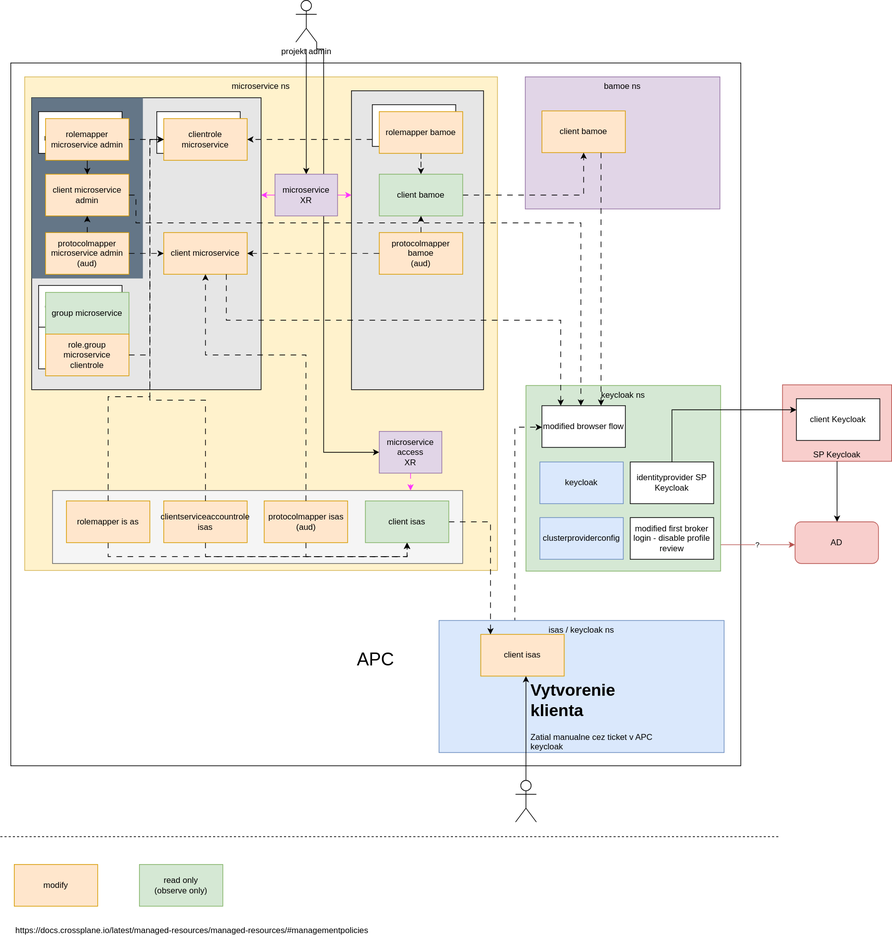
gr8it/charts-openshift keeps this draw.io diagram as charts/apps-centralne-komponenty/img/architecture.svg. Above is the earlier version. Source tidied: cells renumbered, new cells last; positions are measured from the earlier drawing's top-left corner, leaving out a move shared by most shapes.
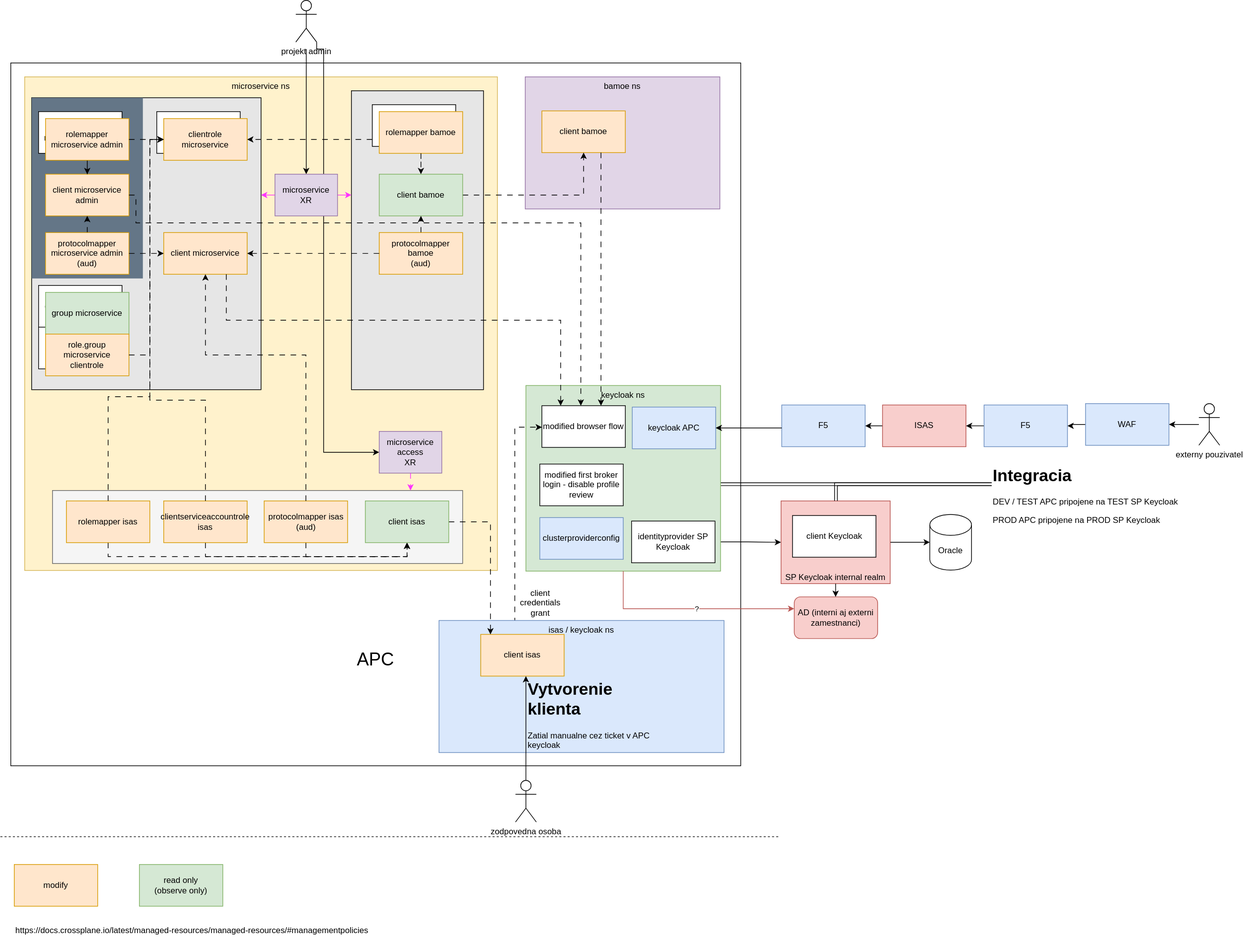
Later version of the same file.

What changed in the source:
```diff
@@ -2,9 +2,6 @@
   <root>
     <mxCell id="0" />
     <mxCell id="1" parent="0" />
-    <mxCell id="2" value="SP Keycloak" style="rounded=0;whiteSpace=wrap;html=1;verticalAlign=bottom;fillColor=#f8cecc;strokeColor=#b85450;" parent="1" vertex="1">
-      <mxGeometry x="1125" y="553" width="157" height="110" as="geometry" />
-    </mxCell>
     <mxCell id="3" value="&lt;div&gt;&lt;br&gt;&lt;/div&gt;&lt;div&gt;&lt;br&gt;&lt;/div&gt;&lt;div&gt;&lt;br&gt;&lt;/div&gt;&lt;div&gt;&lt;br&gt;&lt;/div&gt;&lt;div&gt;&lt;br&gt;&lt;/div&gt;&lt;div&gt;&lt;br&gt;&lt;/div&gt;&lt;div&gt;&lt;br&gt;&lt;/div&gt;&lt;div&gt;&lt;br&gt;&lt;/div&gt;&lt;div&gt;&lt;br&gt;&lt;/div&gt;&lt;div&gt;&lt;br&gt;&lt;/div&gt;&lt;div&gt;&lt;br&gt;&lt;/div&gt;&lt;div&gt;&lt;br&gt;&lt;/div&gt;&lt;div&gt;&lt;br&gt;&lt;/div&gt;&lt;div&gt;&lt;br&gt;&lt;/div&gt;&lt;div&gt;&lt;br&gt;&lt;/div&gt;&lt;div&gt;&lt;br&gt;&lt;/div&gt;&lt;div&gt;&lt;br&gt;&lt;/div&gt;&lt;div&gt;&lt;br&gt;&lt;/div&gt;&lt;div&gt;&lt;br&gt;&lt;/div&gt;&lt;div&gt;&lt;br&gt;&lt;/div&gt;&lt;div&gt;&lt;br&gt;&lt;/div&gt;&lt;div&gt;&lt;br&gt;&lt;/div&gt;&lt;div&gt;&lt;br&gt;&lt;/div&gt;&lt;div&gt;&lt;br&gt;&lt;/div&gt;&lt;div&gt;&lt;br&gt;&lt;/div&gt;&lt;div&gt;&lt;br&gt;&lt;/div&gt;&lt;div&gt;&lt;br&gt;&lt;/div&gt;&lt;div&gt;&lt;br&gt;&lt;/div&gt;&lt;div&gt;&lt;br&gt;&lt;/div&gt;&lt;div&gt;&lt;br&gt;&lt;/div&gt;&lt;div&gt;&lt;br&gt;&lt;/div&gt;&lt;div&gt;&lt;br&gt;&lt;/div&gt;&lt;div&gt;&lt;br&gt;&lt;/div&gt;&lt;div&gt;&lt;br&gt;&lt;/div&gt;&lt;div&gt;&lt;br&gt;&lt;/div&gt;&lt;div&gt;&lt;br&gt;&lt;/div&gt;&lt;div&gt;&lt;br&gt;&lt;/div&gt;&lt;div&gt;&lt;br&gt;&lt;/div&gt;&lt;div&gt;&lt;br&gt;&lt;/div&gt;&lt;div&gt;&lt;br&gt;&lt;/div&gt;&lt;div&gt;&lt;br&gt;&lt;/div&gt;&lt;div&gt;&lt;br&gt;&lt;/div&gt;&lt;div&gt;&lt;br&gt;&lt;/div&gt;&lt;div&gt;&lt;br&gt;&lt;/div&gt;&lt;div&gt;&lt;br&gt;&lt;/div&gt;&lt;div&gt;&lt;br&gt;&lt;/div&gt;&lt;div&gt;&lt;br&gt;&lt;/div&gt;&lt;div&gt;&lt;br&gt;&lt;/div&gt;&lt;div&gt;&lt;br&gt;&lt;/div&gt;&lt;font style=&quot;font-size: 26px;&quot;&gt;APC&lt;/font&gt;" style="rounded=0;whiteSpace=wrap;html=1;" parent="1" vertex="1">
       <mxGeometry x="15" y="90" width="1050" height="1011" as="geometry" />
     </mxCell>
@@ -26,12 +23,45 @@
     <mxCell id="8" value="https://docs.crossplane.io/latest/managed-resources/managed-resources/#managementpolicies" style="text;whiteSpace=wrap;" parent="1" vertex="1">
       <mxGeometry x="20" y="1324" width="560" height="40" as="geometry" />
     </mxCell>
+    <mxCell id="10" value="projekt admin" style="shape=umlActor;verticalLabelPosition=bottom;verticalAlign=top;html=1;outlineConnect=0;" parent="1" vertex="1">
+      <mxGeometry x="425" width="30" height="60" as="geometry" />
+    </mxCell>
+    <mxCell id="90" value="Oracle" style="shape=cylinder3;whiteSpace=wrap;html=1;boundedLbl=1;backgroundOutline=1;size=15;" parent="1" vertex="1">
+      <mxGeometry x="1337" y="739.5" width="60" height="80" as="geometry" />
+    </mxCell>
+    <mxCell id="91" value="client credentials grant" style="text;html=1;whiteSpace=wrap;strokeColor=none;fillColor=none;align=center;verticalAlign=middle;rounded=0;" parent="1" vertex="1">
+      <mxGeometry x="747" y="852" width="60" height="30" as="geometry" />
+    </mxCell>
+    <mxCell id="92" style="edgeStyle=orthogonalEdgeStyle;rounded=0;jettySize=auto;html=1;" parent="1" edge="1" source="93" target="90">
+      <mxGeometry relative="1" as="geometry" />
+    </mxCell>
+    <mxCell id="93" value="SP Keycloak internal realm" style="rounded=0;whiteSpace=wrap;html=1;verticalAlign=bottom;fillColor=#f8cecc;strokeColor=#b85450;" parent="1" vertex="1">
+      <mxGeometry x="1123" y="720" width="157" height="119" as="geometry" />
+    </mxCell>
     <mxCell id="9" value="client Keycloak" style="rounded=0;whiteSpace=wrap;html=1;" parent="1" vertex="1">
-      <mxGeometry x="1145" y="573" width="120" height="60" as="geometry" />
+      <mxGeometry x="1139.5" y="741" width="120" height="60" as="geometry" />
     </mxCell>
-    <mxCell id="10" value="projekt admin" style="shape=umlActor;verticalLabelPosition=bottom;verticalAlign=top;html=1;outlineConnect=0;" parent="1" vertex="1">
-      <mxGeometry x="425" width="30" height="60" as="geometry" />
-    </mxCell>
+    <mxCell id="94" style="edgeStyle=orthogonalEdgeStyle;rounded=0;jettySize=auto;html=1;" parent="1" edge="1" source="42" target="93">
+      <mxGeometry relative="1" as="geometry" />
+    </mxCell>
+    <mxCell id="95" style="edgeStyle=orthogonalEdgeStyle;rounded=0;jettySize=auto;html=1;shape=link;" parent="1" edge="1" source="97" target="93">
+      <mxGeometry relative="1" as="geometry">
+        <Array as="points">
+          <mxPoint x="1202" y="696" />
+        </Array>
+      </mxGeometry>
+    </mxCell>
+    <mxCell id="96" style="edgeStyle=orthogonalEdgeStyle;rounded=0;jettySize=auto;html=1;shape=link;fillColor=default;endArrow=none;endFill=0;" parent="1" edge="1" source="97" target="35">
+      <mxGeometry relative="1" as="geometry">
+        <Array as="points">
+          <mxPoint x="1124" y="696" />
+          <mxPoint x="1124" y="696" />
+        </Array>
+      </mxGeometry>
+    </mxCell>
+    <mxCell id="97" value="&lt;h1 style=&quot;margin-top: 0px;&quot;&gt;Integracia&lt;/h1&gt;&lt;p&gt;DEV / TEST APC pripojene na TEST SP Keycloak&lt;/p&gt;&lt;p&gt;PROD APC pripojene na PROD SP Keycloak&lt;/p&gt;" style="text;html=1;whiteSpace=wrap;overflow=hidden;rounded=0;" parent="1" vertex="1">
+      <mxGeometry x="1426" y="663" width="286" height="120" as="geometry" />
+    </mxCell>
     <mxCell id="11" value="microservice" parent="0" />
     <mxCell id="12" style="rounded=0;whiteSpace=wrap;html=1;fillColor=#E6E6E6;" parent="11" vertex="1">
       <mxGeometry x="45" y="140" width="330" height="420" as="geometry" />
@@ -106,46 +136,37 @@
       </mxGeometry>
     </mxCell>
     <mxCell id="33" value="keycloak" parent="0" />
+    <mxCell id="35" value="keycloak ns" style="rounded=0;whiteSpace=wrap;html=1;verticalAlign=top;fillColor=#d5e8d4;strokeColor=#82b366;" parent="33" vertex="1">
+      <mxGeometry x="756" y="554" width="280" height="267" as="geometry" />
+    </mxCell>
     <mxCell id="34" value="?" style="edgeStyle=orthogonalEdgeStyle;rounded=0;jettySize=auto;html=1;fillColor=#f8cecc;strokeColor=#b85450;" parent="33" edge="1" source="35" target="39">
-      <mxGeometry relative="1" as="geometry">
+      <mxGeometry x="0.07" relative="1" as="geometry">
         <Array as="points">
-          <mxPoint x="1139" y="783" />
-          <mxPoint x="1139" y="783" />
+          <mxPoint x="896" y="875" />
         </Array>
       </mxGeometry>
     </mxCell>
-    <mxCell id="35" value="keycloak ns" style="rounded=0;whiteSpace=wrap;html=1;verticalAlign=top;fillColor=#d5e8d4;strokeColor=#82b366;" parent="33" vertex="1">
-      <mxGeometry x="756" y="554" width="280" height="267" as="geometry" />
-    </mxCell>
-    <mxCell id="36" style="edgeStyle=orthogonalEdgeStyle;rounded=0;jettySize=auto;html=1;" parent="33" edge="1" source="42" target="9">
-      <mxGeometry relative="1" as="geometry">
-        <Array as="points">
-          <mxPoint x="966" y="589" />
-        </Array>
-      </mxGeometry>
-    </mxCell>
-    <mxCell id="37" value="keycloak" style="rounded=0;whiteSpace=wrap;html=1;fillColor=#dae8fc;strokeColor=#6c8ebf;" parent="33" vertex="1">
-      <mxGeometry x="776" y="664" width="120" height="60" as="geometry" />
+    <mxCell id="37" value="keycloak APC" style="rounded=0;whiteSpace=wrap;html=1;fillColor=#dae8fc;strokeColor=#6c8ebf;" parent="33" vertex="1">
+      <mxGeometry x="909" y="585" width="120" height="60" as="geometry" />
     </mxCell>
     <mxCell id="38" value="clusterproviderconfig" style="rounded=0;whiteSpace=wrap;html=1;fillColor=#dae8fc;strokeColor=#6c8ebf;" parent="33" vertex="1">
       <mxGeometry x="776" y="744" width="120" height="60" as="geometry" />
     </mxCell>
-    <mxCell id="39" value="AD" style="rounded=1;whiteSpace=wrap;html=1;fillColor=#f8cecc;strokeColor=#b85450;" parent="33" vertex="1">
-      <mxGeometry x="1143" y="750" width="120" height="60" as="geometry" />
+    <mxCell id="39" value="AD (interni aj externi zamestnanci)" style="rounded=1;whiteSpace=wrap;html=1;fillColor=#f8cecc;strokeColor=#b85450;" parent="33" vertex="1">
+      <mxGeometry x="1142" y="858" width="120" height="60" as="geometry" />
     </mxCell>
-    <mxCell id="40" style="edgeStyle=orthogonalEdgeStyle;rounded=0;jettySize=auto;html=1;" parent="33" edge="1" source="2" target="39">
+    <mxCell id="40" style="edgeStyle=orthogonalEdgeStyle;rounded=0;jettySize=auto;html=1;" parent="33" edge="1" source="93" target="39">
       <mxGeometry relative="1" as="geometry">
         <Array as="points">
-          <mxPoint x="1229" y="648" />
-          <mxPoint x="1229" y="648" />
+          <mxPoint x="1227" y="766" />
         </Array>
       </mxGeometry>
     </mxCell>
     <mxCell id="41" value="modified first broker login - disable profile review" style="rounded=0;whiteSpace=wrap;html=1;" parent="33" vertex="1">
-      <mxGeometry x="906" y="744" width="120" height="60" as="geometry" />
+      <mxGeometry x="776" y="667" width="120" height="60" as="geometry" />
     </mxCell>
     <mxCell id="42" value="identityprovider SP Keycloak" style="rounded=0;whiteSpace=wrap;html=1;" parent="33" vertex="1">
-      <mxGeometry x="906" y="664" width="120" height="60" as="geometry" />
+      <mxGeometry x="908" y="749" width="120" height="60" as="geometry" />
     </mxCell>
     <mxCell id="43" value="modified browser flow" style="rounded=0;whiteSpace=wrap;html=1;" parent="33" vertex="1">
       <mxGeometry x="779" y="583" width="120" height="60" as="geometry" />
@@ -226,11 +247,11 @@
         </Array>
       </mxGeometry>
     </mxCell>
-    <mxCell id="64" style="shape=umlActor;verticalLabelPosition=bottom;verticalAlign=top;html=1;outlineConnect=0;" parent="60" vertex="1">
+    <mxCell id="64" value="zodpovedna osoba" style="shape=umlActor;verticalLabelPosition=bottom;verticalAlign=top;html=1;outlineConnect=0;" parent="60" vertex="1">
       <mxGeometry x="741" y="1122" width="30" height="60" as="geometry" />
     </mxCell>
     <mxCell id="65" value="&lt;h1 style=&quot;margin-top: 0px;&quot;&gt;Vytvorenie klienta&lt;/h1&gt;&lt;p&gt;Zatial manualne cez ticket v APC keycloak&lt;/p&gt;" style="text;html=1;whiteSpace=wrap;overflow=hidden;rounded=0;" parent="60" vertex="1">
-      <mxGeometry x="761" y="972" width="180" height="110" as="geometry" />
+      <mxGeometry x="757" y="970" width="180" height="110" as="geometry" />
     </mxCell>
     <mxCell id="66" style="rounded=0;whiteSpace=wrap;html=1;fillColor=#f5f5f5;fontColor=#333333;strokeColor=#666666;" parent="60" vertex="1">
       <mxGeometry x="75" y="705" width="590" height="105" as="geometry" />
@@ -265,7 +286,7 @@
         </Array>
       </mxGeometry>
     </mxCell>
-    <mxCell id="72" value="rolemapper is as" style="rounded=0;whiteSpace=wrap;html=1;fillColor=#ffe6cc;strokeColor=#d79b00;" parent="60" vertex="1">
+    <mxCell id="72" value="rolemapper isas" style="rounded=0;whiteSpace=wrap;html=1;fillColor=#ffe6cc;strokeColor=#d79b00;" parent="60" vertex="1">
       <mxGeometry x="95" y="720" width="120" height="60" as="geometry" />
     </mxCell>
     <mxCell id="73" style="edgeStyle=orthogonalEdgeStyle;rounded=0;jettySize=auto;html=1;dashed=1;dashPattern=8 8;" parent="60" edge="1" source="74" target="62">
@@ -332,6 +353,46 @@
         </Array>
       </mxGeometry>
     </mxCell>
+    <mxCell id="98" style="edgeStyle=orthogonalEdgeStyle;rounded=0;jettySize=auto;html=1;" parent="60" edge="1" source="99" target="100">
+      <mxGeometry relative="1" as="geometry" />
+    </mxCell>
+    <mxCell id="99" value="ISAS" style="rounded=0;whiteSpace=wrap;html=1;fillColor=#f8cecc;strokeColor=#b85450;" parent="60" vertex="1">
+      <mxGeometry x="1269" y="582" width="120" height="60" as="geometry" />
+    </mxCell>
+    <mxCell id="100" value="F5" style="rounded=0;whiteSpace=wrap;html=1;fillColor=#dae8fc;strokeColor=#6c8ebf;" parent="60" vertex="1">
+      <mxGeometry x="1124" y="582" width="120" height="60" as="geometry" />
+    </mxCell>
+    <mxCell id="101" style="edgeStyle=orthogonalEdgeStyle;rounded=0;jettySize=auto;html=1;" parent="60" edge="1" source="102" target="99">
+      <mxGeometry relative="1" as="geometry">
+        <Array as="points">
+          <mxPoint x="1407" y="612" />
+          <mxPoint x="1407" y="612" />
+        </Array>
+      </mxGeometry>
+    </mxCell>
+    <mxCell id="102" value="F5" style="rounded=0;whiteSpace=wrap;html=1;fillColor=#dae8fc;strokeColor=#6c8ebf;" parent="60" vertex="1">
+      <mxGeometry x="1415" y="582" width="120" height="60" as="geometry" />
+    </mxCell>
+    <mxCell id="103" style="edgeStyle=orthogonalEdgeStyle;rounded=0;jettySize=auto;html=1;" parent="60" edge="1" source="104" target="102">
+      <mxGeometry relative="1" as="geometry" />
+    </mxCell>
+    <mxCell id="104" value="WAF" style="rounded=0;whiteSpace=wrap;html=1;fillColor=#dae8fc;strokeColor=#6c8ebf;" parent="60" vertex="1">
+      <mxGeometry x="1561" y="580" width="120" height="60" as="geometry" />
+    </mxCell>
+    <mxCell id="105" style="edgeStyle=orthogonalEdgeStyle;rounded=0;jettySize=auto;html=1;" parent="60" edge="1" source="106" target="104">
+      <mxGeometry relative="1" as="geometry" />
+    </mxCell>
+    <mxCell id="106" value="externy pouzivatel" style="shape=umlActor;verticalLabelPosition=bottom;verticalAlign=top;html=1;outlineConnect=0;" parent="60" vertex="1">
+      <mxGeometry x="1724" y="580" width="30" height="60" as="geometry" />
+    </mxCell>
+    <mxCell id="107" style="edgeStyle=orthogonalEdgeStyle;rounded=0;jettySize=auto;html=1;" parent="60" edge="1" source="100">
+      <mxGeometry relative="1" as="geometry">
+        <mxPoint x="1029" y="615" as="targetPoint" />
+        <Array as="points">
+          <mxPoint x="1106" y="615" />
+        </Array>
+      </mxGeometry>
+    </mxCell>
     <mxCell id="81" value="provider config" parent="0" />
     <mxCell id="82" value="mikroservicec XR" parent="0" />
     <mxCell id="83" style="edgeStyle=orthogonalEdgeStyle;rounded=0;jettySize=auto;html=1;entryX=0.5;entryY=0;entryDx=0;entryDy=0;" parent="82" edge="1" target="89">
```
